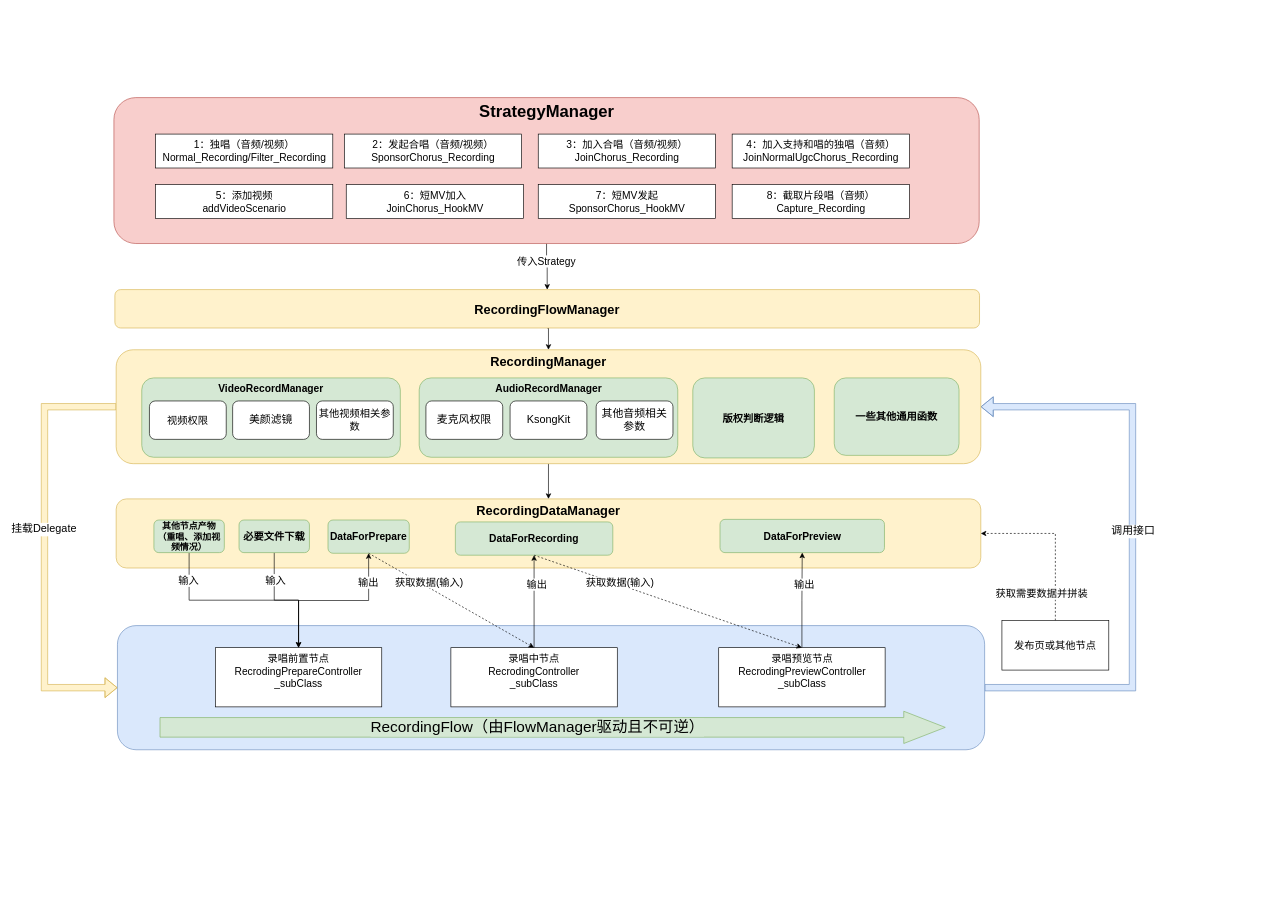
Earlier version of the draw.io diagram NewRecord.drawio (MolierQueen/Xmind). Source tidied: cells renumbered, new cells numbered last; positions are measured from the earlier drawing's top-left corner, leaving out a move shared by most shapes. Both pictures are drawn from the tidied source at 64%, with x=0, y=0 at pixel (31, 12).
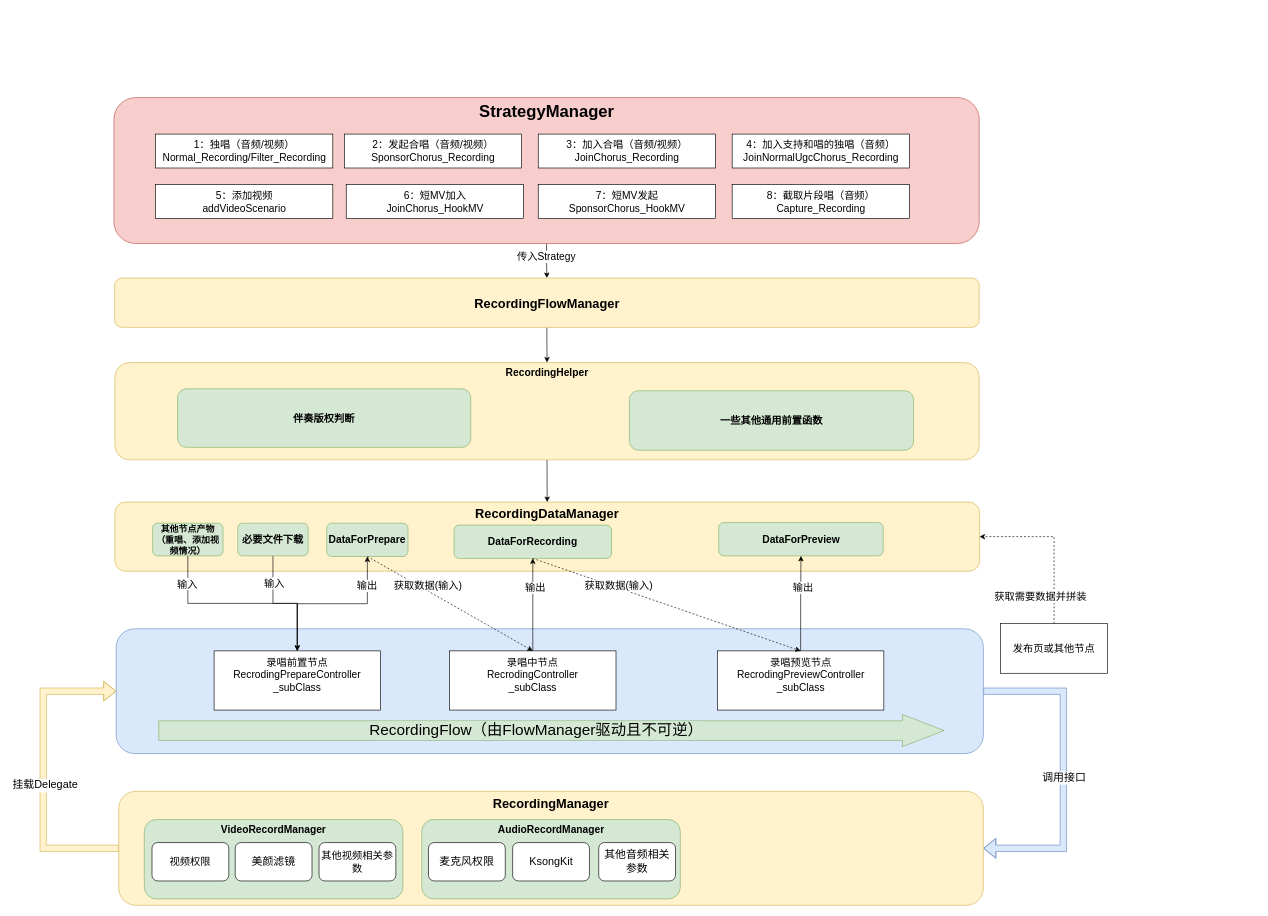
Above is the later version.

Commit message:
修改最终版.drawio

What changed in the source:
```diff
@@
-    <mxCell id="2" style="edgeStyle=orthogonalEdgeStyle;shape=flexArrow;rounded=0;jettySize=auto;html=1;exitX=1;exitY=0.5;exitDx=0;exitDy=0;entryX=1;entryY=0.5;entryDx=0;entryDy=0;fontSize=17;fillColor=#dae8fc;strokeColor=#6c8ebf;" parent="1" edge="1" source="4" target="12">
+    <mxCell id="2" style="edgeStyle=orthogonalEdgeStyle;shape=flexArrow;rounded=0;jettySize=auto;html=1;exitX=1;exitY=0.5;exitDx=0;exitDy=0;fontSize=17;fillColor=#dae8fc;strokeColor=#6c8ebf;entryX=1;entryY=0.5;entryDx=0;entryDy=0;" parent="1" edge="1" source="4" target="12">
       <mxGeometry relative="1" as="geometry">
         <Array as="points">
-          <mxPoint x="1720" y="1055" />
-          <mxPoint x="1720" y="616" />
+          <mxPoint x="1612" y="1060" />
+          <mxPoint x="1612" y="1306" />
         </Array>
       </mxGeometry>
     </mxCell>
@@
     <mxCell id="4" style="rounded=1;whiteSpace=wrap;html=1;fontSize=20;verticalAlign=top;fillColor=#dae8fc;strokeColor=#6c8ebf;" parent="1" vertex="1">
-      <mxGeometry x="134" y="958" width="1355" height="194" as="geometry" />
+      <mxGeometry x="132" y="963" width="1355" height="195" as="geometry" />
     </mxCell>
     <mxCell id="5" value="&lt;font style=&quot;font-size: 20px&quot;&gt;RecordingDataManager&lt;/font&gt;" style="rounded=1;whiteSpace=wrap;html=1;verticalAlign=top;fontStyle=1;fontSize=16;fillColor=#fff2cc;strokeColor=#d6b656;" parent="1" vertex="1">
-      <mxGeometry x="132" y="760" width="1351" height="108" as="geometry" />
+      <mxGeometry x="130" y="765" width="1351" height="108" as="geometry" />
     </mxCell>
@@
-    <mxCell id="9" style="edgeStyle=orthogonalEdgeStyle;rounded=0;jettySize=auto;html=1;exitX=0.5;exitY=1;exitDx=0;exitDy=0;entryX=0.5;entryY=0;entryDx=0;entryDy=0;fontSize=20;" parent="1" edge="1" source="12" target="5">
-      <mxGeometry relative="1" as="geometry" />
-    </mxCell>
     <mxCell id="10" style="edgeStyle=orthogonalEdgeStyle;rounded=0;jettySize=auto;html=1;exitX=0;exitY=0.5;exitDx=0;exitDy=0;entryX=0;entryY=0.5;entryDx=0;entryDy=0;shape=flexArrow;fillColor=#fff2cc;strokeColor=#d6b656;" parent="1" edge="1" source="12" target="4">
       <mxGeometry relative="1" as="geometry">
         <Array as="points">
-          <mxPoint x="20" y="616" />
-          <mxPoint x="20" y="1055" />
+          <mxPoint x="18" y="1306" />
+          <mxPoint x="18" y="1060" />
         </Array>
       </mxGeometry>
     </mxCell>
@@
     <mxCell id="12" value="&lt;b&gt;&lt;font style=&quot;font-size: 20px&quot;&gt;RecordingManager&lt;/font&gt;&lt;/b&gt;" style="rounded=1;whiteSpace=wrap;html=1;verticalAlign=top;fillColor=#fff2cc;strokeColor=#d6b656;" parent="1" vertex="1">
-      <mxGeometry x="132" y="527" width="1351" height="178" as="geometry" />
+      <mxGeometry x="136" y="1217" width="1351" height="178" as="geometry" />
     </mxCell>
@@
     <mxCell id="15" value="VideoRecordManager" style="rounded=1;whiteSpace=wrap;html=1;verticalAlign=top;fontStyle=1;fontSize=16;fillColor=#d5e8d4;strokeColor=#82b366;" parent="1" vertex="1">
-      <mxGeometry x="172" y="571" width="404" height="124" as="geometry" />
+      <mxGeometry x="176" y="1261" width="404" height="124" as="geometry" />
     </mxCell>
-    <mxCell id="16" style="edgeStyle=orthogonalEdgeStyle;rounded=0;jettySize=auto;html=1;exitX=0.5;exitY=1;exitDx=0;exitDy=0;entryX=0.5;entryY=0;entryDx=0;entryDy=0;" parent="1" edge="1" source="18" target="12">
-      <mxGeometry relative="1" as="geometry" />
-    </mxCell>
     <mxCell id="17" value="&lt;div style=&quot;font-size: 16px&quot;&gt;录唱前置节点&lt;/div&gt;&lt;div style=&quot;font-size: 16px&quot;&gt;RecrodingPrepareController&lt;/div&gt;&lt;div style=&quot;font-size: 16px&quot;&gt;_subClass&lt;/div&gt;&lt;div style=&quot;font-size: 16px&quot;&gt;&lt;br style=&quot;font-size: 16px&quot;&gt;&lt;/div&gt;" style="rounded=0;whiteSpace=wrap;html=1;fontSize=16;" parent="1" vertex="1">
-      <mxGeometry x="287" y="992.5" width="260" height="92.5" as="geometry" />
+      <mxGeometry x="285" y="997.5" width="260" height="92.5" as="geometry" />
     </mxCell>
+    <mxCell id="64" style="edgeStyle=orthogonalEdgeStyle;rounded=0;jettySize=auto;html=1;exitX=0.5;exitY=1;exitDx=0;exitDy=0;entryX=0.5;entryY=0;entryDx=0;entryDy=0;fontSize=17;" parent="1" edge="1" source="18" target="23">
+      <mxGeometry relative="1" as="geometry" />
+    </mxCell>
     <mxCell id="18" value="RecordingFlowManager" style="rounded=1;whiteSpace=wrap;html=1;verticalAlign=middle;fontStyle=1;fontSize=20;fillColor=#fff2cc;strokeColor=#d6b656;" parent="1" vertex="1">
-      <mxGeometry x="130" y="433" width="1351" height="60" as="geometry" />
+      <mxGeometry x="129.5" y="415" width="1351" height="77" as="geometry" />
     </mxCell>
     <mxCell id="19" value="DataForPrepare" style="rounded=1;whiteSpace=wrap;html=1;verticalAlign=middle;fontStyle=1;fontSize=16;fillColor=#d5e8d4;strokeColor=#82b366;" parent="1" vertex="1">
-      <mxGeometry x="463" y="793" width="127" height="52" as="geometry" />
+      <mxGeometry x="461" y="798" width="127" height="52" as="geometry" />
     </mxCell>
@@
     <mxCell id="22" value="必要文件下载" style="rounded=1;whiteSpace=wrap;html=1;verticalAlign=middle;fontStyle=1;fontSize=16;fillColor=#d5e8d4;strokeColor=#82b366;" parent="1" vertex="1">
-      <mxGeometry x="324" y="793" width="110" height="51" as="geometry" />
+      <mxGeometry x="322" y="798" width="110" height="51" as="geometry" />
     </mxCell>
-    <mxCell id="23" value="版权判断逻辑" style="rounded=1;whiteSpace=wrap;html=1;verticalAlign=middle;fontStyle=1;fontSize=16;fillColor=#d5e8d4;strokeColor=#82b366;" parent="1" vertex="1">
-      <mxGeometry x="1033" y="571" width="190" height="125" as="geometry" />
-    </mxCell>
@@
     <mxCell id="25" value="&amp;nbsp;&amp;nbsp;" style="text;html=1;strokeColor=none;fillColor=none;align=center;verticalAlign=middle;whiteSpace=wrap;rounded=0;fontSize=20;" parent="1" vertex="1">
-      <mxGeometry y="1218" width="40" height="20" as="geometry" />
+      <mxGeometry x="-2" y="962" width="40" height="20" as="geometry" />
     </mxCell>
@@
     <mxCell id="28" value="DataForRecording" style="rounded=1;whiteSpace=wrap;html=1;verticalAlign=middle;fontStyle=1;fontSize=16;fillColor=#d5e8d4;strokeColor=#82b366;" parent="1" vertex="1">
-      <mxGeometry x="662" y="796" width="246" height="52" as="geometry" />
+      <mxGeometry x="660" y="801" width="246" height="52" as="geometry" />
     </mxCell>
     <mxCell id="29" value="DataForPreview" style="rounded=1;whiteSpace=wrap;html=1;verticalAlign=middle;fontStyle=1;fontSize=16;fillColor=#d5e8d4;strokeColor=#82b366;" parent="1" vertex="1">
-      <mxGeometry x="1075.5" y="792" width="257" height="52" as="geometry" />
+      <mxGeometry x="1073.5" y="797" width="257" height="52" as="geometry" />
     </mxCell>
@@
     <mxCell id="32" value="&lt;div style=&quot;font-size: 16px&quot;&gt;录唱中节点&lt;/div&gt;&lt;div style=&quot;font-size: 16px&quot;&gt;RecrodingController&lt;/div&gt;&lt;div style=&quot;font-size: 16px&quot;&gt;_subClass&lt;/div&gt;&lt;div style=&quot;font-size: 16px&quot;&gt;&lt;br style=&quot;font-size: 16px&quot;&gt;&lt;/div&gt;" style="rounded=0;whiteSpace=wrap;html=1;fontSize=16;" parent="1" vertex="1">
-      <mxGeometry x="655" y="992.5" width="260" height="92.5" as="geometry" />
+      <mxGeometry x="653" y="997.5" width="260" height="92.5" as="geometry" />
     </mxCell>
@@
     <mxCell id="35" value="&lt;div style=&quot;font-size: 16px&quot;&gt;录唱预览节点&lt;/div&gt;&lt;div style=&quot;font-size: 16px&quot;&gt;RecrodingPreviewController&lt;/div&gt;&lt;div style=&quot;font-size: 16px&quot;&gt;_subClass&lt;/div&gt;&lt;div style=&quot;font-size: 16px&quot;&gt;&lt;br style=&quot;font-size: 16px&quot;&gt;&lt;/div&gt;" style="rounded=0;whiteSpace=wrap;html=1;fontSize=16;" parent="1" vertex="1">
-      <mxGeometry x="1073.5" y="992.5" width="260" height="92.5" as="geometry" />
+      <mxGeometry x="1071.5" y="997.5" width="260" height="92.5" as="geometry" />
     </mxCell>
@@
     <mxCell id="38" value="&lt;div style=&quot;font-size: 16px&quot;&gt;发布页或其他节点&lt;/div&gt;" style="rounded=0;whiteSpace=wrap;html=1;fontSize=16;" parent="1" vertex="1">
-      <mxGeometry x="1516" y="950" width="167" height="77.5" as="geometry" />
+      <mxGeometry x="1514" y="955" width="167" height="77.5" as="geometry" />
     </mxCell>
@@
     <mxCell id="41" value="其他节点产物&lt;br style=&quot;font-size: 14px;&quot;&gt;（重唱、添加视频情况）" style="rounded=1;whiteSpace=wrap;html=1;verticalAlign=middle;fontStyle=1;fontSize=14;fillColor=#d5e8d4;strokeColor=#82b366;" parent="1" vertex="1">
-      <mxGeometry x="191" y="793" width="110" height="51" as="geometry" />
+      <mxGeometry x="189" y="798" width="110" height="51" as="geometry" />
     </mxCell>
@@
     <mxCell id="52" style="shape=flexArrow;endArrow=classic;html=1;fontSize=16;fillColor=#d5e8d4;strokeColor=#82b366;endWidth=18.823529411764707;endSize=21.294117647058826;width=30.58823529411765;" parent="1" edge="1">
       <mxGeometry relative="1" as="geometry">
-        <mxPoint x="200" y="1117" as="sourcePoint" />
-        <mxPoint x="1428" y="1117" as="targetPoint" />
+        <mxPoint x="198" y="1122" as="sourcePoint" />
+        <mxPoint x="1426" y="1122" as="targetPoint" />
       </mxGeometry>
     </mxCell>
@@
-    <mxCell id="56" value="一些其他通用函数" style="rounded=1;whiteSpace=wrap;html=1;verticalAlign=middle;fontStyle=1;fontSize=16;fillColor=#d5e8d4;strokeColor=#82b366;" parent="1" vertex="1">
-      <mxGeometry x="1254" y="571" width="195" height="121" as="geometry" />
-    </mxCell>
     <mxCell id="57" value="视频权限" style="rounded=1;whiteSpace=wrap;html=1;verticalAlign=middle;fontSize=16;" parent="1" vertex="1">
-      <mxGeometry x="184" y="607" width="120" height="60" as="geometry" />
+      <mxGeometry x="188" y="1297" width="120" height="60" as="geometry" />
     </mxCell>
     <mxCell id="58" value="美颜滤镜" style="rounded=1;whiteSpace=wrap;html=1;verticalAlign=middle;fontSize=17;" parent="1" vertex="1">
-      <mxGeometry x="314" y="607" width="120" height="60" as="geometry" />
+      <mxGeometry x="318" y="1297" width="120" height="60" as="geometry" />
     </mxCell>
     <mxCell id="59" value="其他视频相关参数" style="rounded=1;whiteSpace=wrap;html=1;verticalAlign=middle;fontSize=16;" parent="1" vertex="1">
-      <mxGeometry x="445" y="607" width="120" height="60" as="geometry" />
+      <mxGeometry x="449" y="1297" width="120" height="60" as="geometry" />
     </mxCell>
     <mxCell id="60" value="AudioRecordManager" style="rounded=1;whiteSpace=wrap;html=1;verticalAlign=top;fontStyle=1;fontSize=16;fillColor=#d5e8d4;strokeColor=#82b366;" parent="1" vertex="1">
-      <mxGeometry x="605.5" y="571" width="404" height="124" as="geometry" />
+      <mxGeometry x="609.5" y="1261" width="404" height="124" as="geometry" />
     </mxCell>
     <mxCell id="61" value="麦克风权限" style="rounded=1;whiteSpace=wrap;html=1;verticalAlign=middle;fontSize=17;" parent="1" vertex="1">
-      <mxGeometry x="616" y="607" width="120" height="60" as="geometry" />
+      <mxGeometry x="620" y="1297" width="120" height="60" as="geometry" />
     </mxCell>
     <mxCell id="62" value="KsongKit" style="rounded=1;whiteSpace=wrap;html=1;verticalAlign=middle;fontSize=17;" parent="1" vertex="1">
-      <mxGeometry x="747.5" y="607" width="120" height="60" as="geometry" />
+      <mxGeometry x="751.5" y="1297" width="120" height="60" as="geometry" />
     </mxCell>
     <mxCell id="63" value="其他音频相关参数" style="rounded=1;whiteSpace=wrap;html=1;verticalAlign=middle;fontSize=17;" parent="1" vertex="1">
-      <mxGeometry x="882" y="607" width="120" height="60" as="geometry" />
+      <mxGeometry x="886" y="1297" width="120" height="60" as="geometry" />
     </mxCell>
+    <mxCell id="65" style="edgeStyle=orthogonalEdgeStyle;rounded=0;jettySize=auto;html=1;exitX=0.5;exitY=1;exitDx=0;exitDy=0;entryX=0.5;entryY=0;entryDx=0;entryDy=0;fontSize=17;" parent="1" edge="1" source="23" target="5">
+      <mxGeometry relative="1" as="geometry" />
+    </mxCell>
+    <mxCell id="23" value="RecordingHelper" style="rounded=1;whiteSpace=wrap;html=1;verticalAlign=top;fontStyle=1;fontSize=16;fillColor=#fff2cc;strokeColor=#d6b656;" parent="1" vertex="1">
+      <mxGeometry x="130" y="547" width="1350.5" height="152" as="geometry" />
+    </mxCell>
+    <mxCell id="56" value="一些其他通用前置函数" style="rounded=1;whiteSpace=wrap;html=1;verticalAlign=middle;fontStyle=1;fontSize=16;fillColor=#d5e8d4;strokeColor=#82b366;" parent="1" vertex="1">
+      <mxGeometry x="934" y="591" width="444" height="93" as="geometry" />
+    </mxCell>
+    <mxCell id="66" value="伴奏版权判断" style="rounded=1;whiteSpace=wrap;html=1;verticalAlign=middle;fontStyle=1;fontSize=16;fillColor=#d5e8d4;strokeColor=#82b366;" parent="1" vertex="1">
+      <mxGeometry x="228" y="588" width="458" height="91.5" as="geometry" />
+    </mxCell>
```
